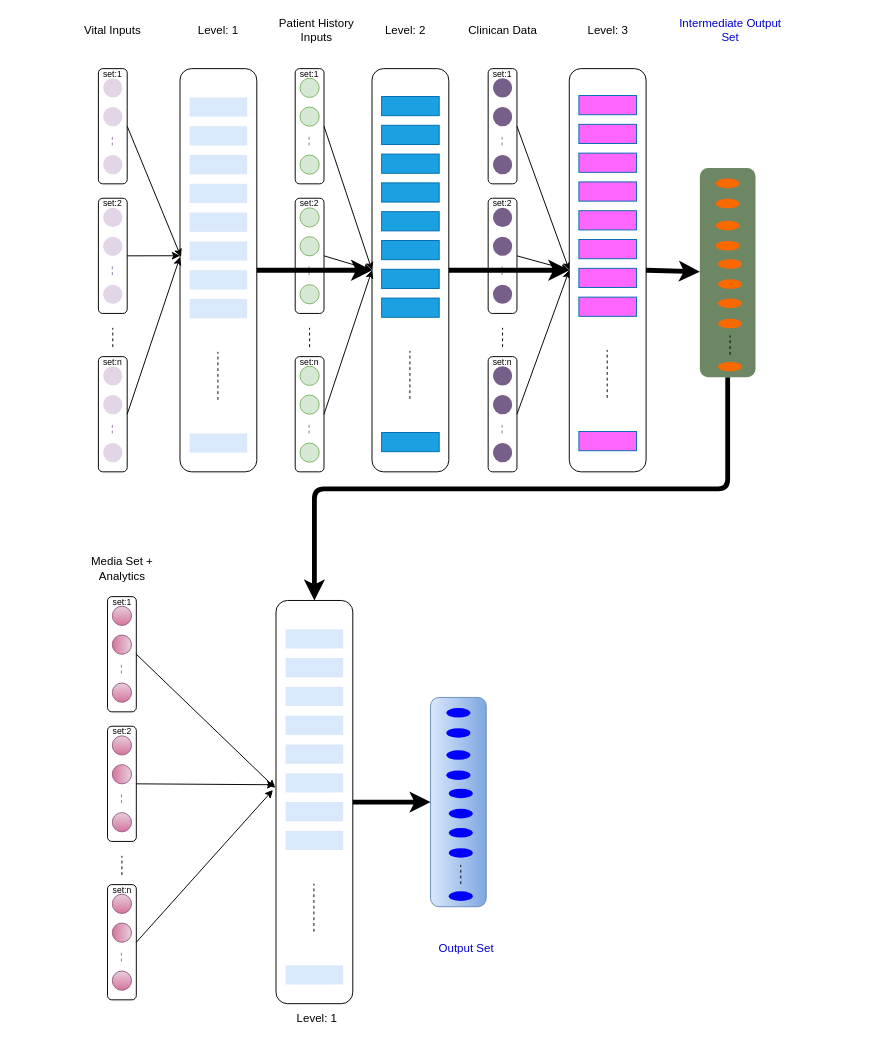
Above: ML model for via.drawio in sugchand/drawio (draw.io), before the change. Source tidied: cells renumbered, new cells numbered last; positions are measured from the earlier drawing's top-left corner, leaving out a move shared by most shapes. Both pictures are drawn from the tidied source at 96%, with x=0, y=0 at pixel (16, 20).
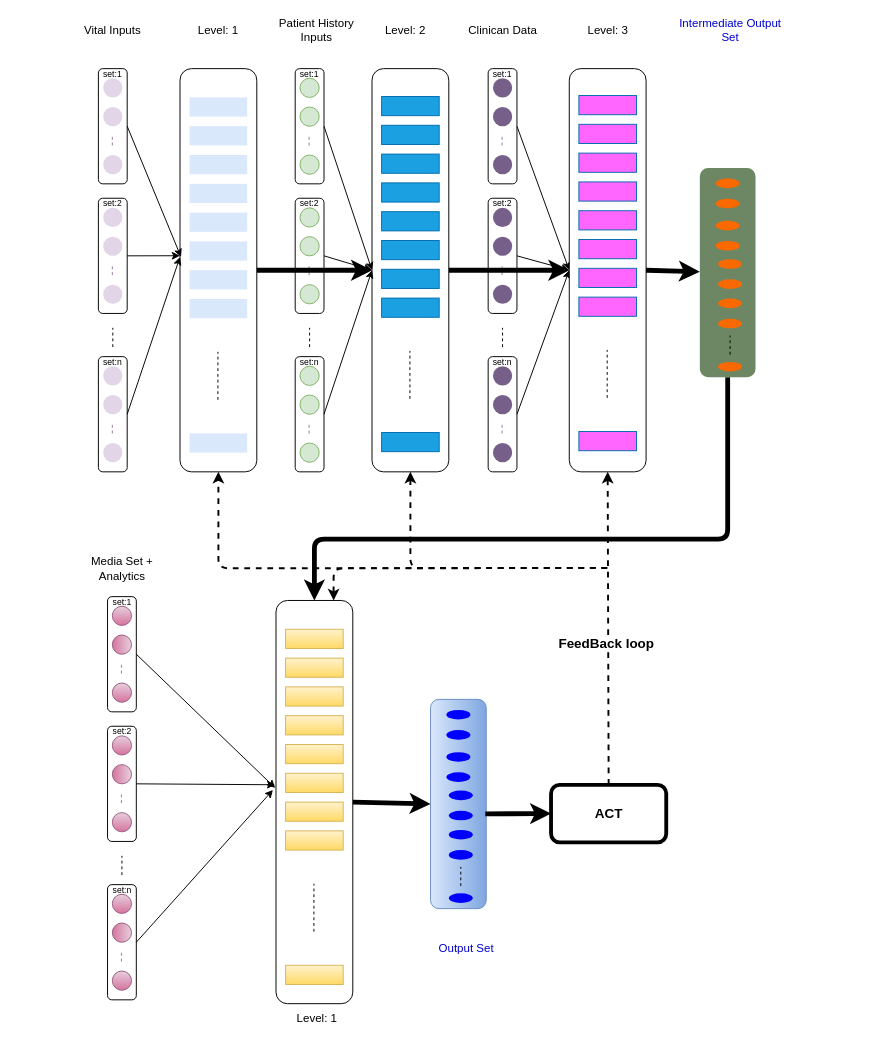
Above is the later version.

The change refers to these unchanged cells:
```xml
<mxCell id="48" style="rounded=1;whiteSpace=wrap;html=1;rotation=-90;" parent="47" vertex="1">
  <mxGeometry y="140" width="420" height="80" as="geometry" />
</mxCell>
<mxCell id="64" style="rounded=1;whiteSpace=wrap;html=1;rotation=-90;" parent="63" vertex="1">
  <mxGeometry y="141" width="420" height="80" as="geometry" />
</mxCell>
<mxCell id="126" style="group;" parent="1" vertex="1">
  <mxGeometry x="100" y="634" width="420" height="370" as="geometry" />
</mxCell>
<mxCell id="127" style="rounded=1;whiteSpace=wrap;html=1;rotation=-90;" parent="126" vertex="1">
  <mxGeometry y="140" width="420" height="80" as="geometry" />
</mxCell>
<mxCell id="159" style="rounded=1;whiteSpace=wrap;html=1;rotation=-90;" parent="158" vertex="1">
  <mxGeometry y="142" width="420" height="80" as="geometry" />
</mxCell>
<mxCell id="171" style="rounded=1;whiteSpace=wrap;html=1;rotation=-90;fillColor=#6d8764;strokeColor=none;fontColor=#ffffff;" parent="170" vertex="1">
  <mxGeometry y="69" width="218" height="58" as="geometry" />
</mxCell>
```

What changed in the source:
```diff
@@
-    <mxCell id="128" style="rounded=0;whiteSpace=wrap;html=1;fillColor=#dae8fc;strokeColor=none;" parent="126" vertex="1">
+    <mxCell id="128" style="rounded=0;whiteSpace=wrap;html=1;fillColor=#fff2cc;strokeColor=#d6b656;gradientColor=#ffd966;" parent="126" vertex="1">
       <mxGeometry x="180" width="60" height="20" as="geometry" />
     </mxCell>
-    <mxCell id="129" style="rounded=0;whiteSpace=wrap;html=1;fillColor=#dae8fc;strokeColor=none;" parent="126" vertex="1">
+    <mxCell id="129" style="rounded=0;whiteSpace=wrap;html=1;fillColor=#fff2cc;strokeColor=#d6b656;gradientColor=#ffd966;" parent="126" vertex="1">
       <mxGeometry x="180" y="30" width="60" height="20" as="geometry" />
     </mxCell>
-    <mxCell id="130" style="rounded=0;whiteSpace=wrap;html=1;fillColor=#dae8fc;strokeColor=none;" parent="126" vertex="1">
+    <mxCell id="130" style="rounded=0;whiteSpace=wrap;html=1;fillColor=#fff2cc;strokeColor=#d6b656;gradientColor=#ffd966;" parent="126" vertex="1">
       <mxGeometry x="180" y="60" width="60" height="20" as="geometry" />
     </mxCell>
-    <mxCell id="131" style="rounded=0;whiteSpace=wrap;html=1;fillColor=#dae8fc;strokeColor=none;" parent="126" vertex="1">
+    <mxCell id="131" style="rounded=0;whiteSpace=wrap;html=1;fillColor=#fff2cc;strokeColor=#d6b656;gradientColor=#ffd966;" parent="126" vertex="1">
       <mxGeometry x="180" y="90" width="60" height="20" as="geometry" />
     </mxCell>
-    <mxCell id="132" style="rounded=0;whiteSpace=wrap;html=1;fillColor=#dae8fc;strokeColor=none;" parent="126" vertex="1">
+    <mxCell id="132" style="rounded=0;whiteSpace=wrap;html=1;fillColor=#fff2cc;strokeColor=#d6b656;gradientColor=#ffd966;" parent="126" vertex="1">
       <mxGeometry x="180" y="120" width="60" height="20" as="geometry" />
     </mxCell>
-    <mxCell id="133" style="rounded=0;whiteSpace=wrap;html=1;fillColor=#dae8fc;strokeColor=none;" parent="126" vertex="1">
+    <mxCell id="133" style="rounded=0;whiteSpace=wrap;html=1;fillColor=#fff2cc;strokeColor=#d6b656;gradientColor=#ffd966;" parent="126" vertex="1">
       <mxGeometry x="180" y="150" width="60" height="20" as="geometry" />
     </mxCell>
-    <mxCell id="134" style="rounded=0;whiteSpace=wrap;html=1;fillColor=#dae8fc;strokeColor=none;" parent="126" vertex="1">
+    <mxCell id="134" style="rounded=0;whiteSpace=wrap;html=1;fillColor=#fff2cc;strokeColor=#d6b656;gradientColor=#ffd966;" parent="126" vertex="1">
       <mxGeometry x="180" y="180" width="60" height="20" as="geometry" />
     </mxCell>
-    <mxCell id="135" style="rounded=0;whiteSpace=wrap;html=1;fillColor=#dae8fc;strokeColor=none;" parent="126" vertex="1">
+    <mxCell id="135" style="rounded=0;whiteSpace=wrap;html=1;fillColor=#fff2cc;strokeColor=#d6b656;gradientColor=#ffd966;" parent="126" vertex="1">
       <mxGeometry x="180" y="210" width="60" height="20" as="geometry" />
     </mxCell>
-    <mxCell id="136" style="rounded=0;whiteSpace=wrap;html=1;fillColor=#dae8fc;strokeColor=none;" parent="126" vertex="1">
+    <mxCell id="136" style="rounded=0;whiteSpace=wrap;html=1;fillColor=#fff2cc;strokeColor=#d6b656;gradientColor=#ffd966;" parent="126" vertex="1">
       <mxGeometry x="180" y="350" width="60" height="20" as="geometry" />
     </mxCell>
@@
     <mxCell id="142" style="endArrow=classic;html=1;strokeWidth=5;exitX=0;exitY=0.5;exitDx=0;exitDy=0;entryX=1;entryY=0.5;entryDx=0;entryDy=0;edgeStyle=orthogonalEdgeStyle;" parent="1" edge="1" source="171" target="127">
-      <mxGeometry relative="1" as="geometry" />
+      <mxGeometry relative="1" as="geometry">
+        <Array as="points">
+          <mxPoint x="741" y="540" />
+          <mxPoint x="310" y="540" />
+        </Array>
+      </mxGeometry>
     </mxCell>
-    <mxCell id="143" style="group;" parent="1" vertex="1">
-      <mxGeometry x="440" y="704" width="218" height="201" as="geometry" />
-    </mxCell>
-    <mxCell id="144" style="rounded=1;whiteSpace=wrap;html=1;rotation=-90;fillColor=#dae8fc;strokeColor=#6c8ebf;gradientColor=#7ea6e0;" parent="143" vertex="1">
-      <mxGeometry x="-89" y="81" width="218" height="58" as="geometry" />
-    </mxCell>
-    <mxCell id="145" style="ellipse;whiteSpace=wrap;html=1;strokeColor=none;fillColor=#0000FF;fontColor=#ffffff;" parent="143" vertex="1">
-      <mxGeometry x="7.5" y="12" width="25" height="10" as="geometry" />
-    </mxCell>
-    <mxCell id="146" style="ellipse;whiteSpace=wrap;html=1;strokeColor=none;fillColor=#0000FF;fontColor=#ffffff;" parent="143" vertex="1">
-      <mxGeometry x="7.5" y="33" width="25" height="10" as="geometry" />
-    </mxCell>
-    <mxCell id="147" style="ellipse;whiteSpace=wrap;html=1;strokeColor=none;fillColor=#0000FF;fontColor=#ffffff;" parent="143" vertex="1">
-      <mxGeometry x="7.5" y="77" width="25" height="10" as="geometry" />
-    </mxCell>
-    <mxCell id="148" style="ellipse;whiteSpace=wrap;html=1;strokeColor=none;fillColor=#0000FF;fontColor=#ffffff;" parent="143" vertex="1">
-      <mxGeometry x="7.5" y="56" width="25" height="10" as="geometry" />
-    </mxCell>
-    <mxCell id="149" style="ellipse;whiteSpace=wrap;html=1;strokeColor=none;fillColor=#0000FF;fontColor=#ffffff;" parent="143" vertex="1">
-      <mxGeometry x="10" y="117" width="25" height="10" as="geometry" />
-    </mxCell>
-    <mxCell id="150" style="ellipse;whiteSpace=wrap;html=1;strokeColor=none;fillColor=#0000FF;fontColor=#ffffff;" parent="143" vertex="1">
-      <mxGeometry x="10" y="96" width="25" height="10" as="geometry" />
-    </mxCell>
-    <mxCell id="151" style="ellipse;whiteSpace=wrap;html=1;strokeColor=none;fillColor=#0000FF;fontColor=#ffffff;" parent="143" vertex="1">
-      <mxGeometry x="10" y="158" width="25" height="10" as="geometry" />
-    </mxCell>
-    <mxCell id="152" style="ellipse;whiteSpace=wrap;html=1;strokeColor=none;fillColor=#0000FF;fontColor=#ffffff;" parent="143" vertex="1">
-      <mxGeometry x="10" y="137" width="25" height="10" as="geometry" />
-    </mxCell>
-    <mxCell id="153" style="ellipse;whiteSpace=wrap;html=1;strokeColor=none;fillColor=#0000FF;fontColor=#ffffff;" parent="143" vertex="1">
-      <mxGeometry x="10" y="203" width="25" height="10" as="geometry" />
-    </mxCell>
-    <mxCell id="154" style="endArrow=none;dashed=1;html=1;strokeWidth=1;" parent="143" edge="1">
-      <mxGeometry relative="1" as="geometry">
-        <mxPoint x="22.5" y="195.5" as="sourcePoint" />
-        <mxPoint x="22.5" y="175.5" as="targetPoint" />
-      </mxGeometry>
-    </mxCell>
@@
+    <mxCell id="144" style="rounded=1;whiteSpace=wrap;html=1;rotation=-90;fillColor=#dae8fc;strokeColor=#6c8ebf;gradientColor=#7ea6e0;" parent="1" vertex="1">
+      <mxGeometry x="351" y="787" width="218" height="58" as="geometry" />
+    </mxCell>
+    <mxCell id="145" style="ellipse;whiteSpace=wrap;html=1;strokeColor=none;fillColor=#0000FF;fontColor=#ffffff;" parent="1" vertex="1">
+      <mxGeometry x="447.5" y="718" width="25" height="10" as="geometry" />
+    </mxCell>
+    <mxCell id="146" style="ellipse;whiteSpace=wrap;html=1;strokeColor=none;fillColor=#0000FF;fontColor=#ffffff;" parent="1" vertex="1">
+      <mxGeometry x="447.5" y="739" width="25" height="10" as="geometry" />
+    </mxCell>
+    <mxCell id="147" style="ellipse;whiteSpace=wrap;html=1;strokeColor=none;fillColor=#0000FF;fontColor=#ffffff;" parent="1" vertex="1">
+      <mxGeometry x="447.5" y="783" width="25" height="10" as="geometry" />
+    </mxCell>
+    <mxCell id="148" style="ellipse;whiteSpace=wrap;html=1;strokeColor=none;fillColor=#0000FF;fontColor=#ffffff;" parent="1" vertex="1">
+      <mxGeometry x="447.5" y="762" width="25" height="10" as="geometry" />
+    </mxCell>
+    <mxCell id="149" style="ellipse;whiteSpace=wrap;html=1;strokeColor=none;fillColor=#0000FF;fontColor=#ffffff;" parent="1" vertex="1">
+      <mxGeometry x="450" y="823" width="25" height="10" as="geometry" />
+    </mxCell>
+    <mxCell id="150" style="ellipse;whiteSpace=wrap;html=1;strokeColor=none;fillColor=#0000FF;fontColor=#ffffff;" parent="1" vertex="1">
+      <mxGeometry x="450" y="802" width="25" height="10" as="geometry" />
+    </mxCell>
+    <mxCell id="151" style="ellipse;whiteSpace=wrap;html=1;strokeColor=none;fillColor=#0000FF;fontColor=#ffffff;" parent="1" vertex="1">
+      <mxGeometry x="450" y="864" width="25" height="10" as="geometry" />
+    </mxCell>
+    <mxCell id="152" style="ellipse;whiteSpace=wrap;html=1;strokeColor=none;fillColor=#0000FF;fontColor=#ffffff;" parent="1" vertex="1">
+      <mxGeometry x="450" y="843" width="25" height="10" as="geometry" />
+    </mxCell>
+    <mxCell id="153" style="ellipse;whiteSpace=wrap;html=1;strokeColor=none;fillColor=#0000FF;fontColor=#ffffff;" parent="1" vertex="1">
+      <mxGeometry x="450" y="909" width="25" height="10" as="geometry" />
+    </mxCell>
+    <mxCell id="154" style="endArrow=none;dashed=1;html=1;strokeWidth=1;" parent="1" edge="1">
+      <mxGeometry relative="1" as="geometry">
+        <mxPoint x="462.5" y="901.5" as="sourcePoint" />
+        <mxPoint x="462.5" y="881.5" as="targetPoint" />
+      </mxGeometry>
+    </mxCell>
+    <mxCell id="184" value="&lt;b&gt;&lt;font style=&quot;font-size: 14px&quot;&gt;ACT&lt;/font&gt;&lt;/b&gt;" style="rounded=1;whiteSpace=wrap;html=1;strokeWidth=4;shadow=0;glass=0;comic=0;" parent="1" vertex="1">
+      <mxGeometry x="556.5" y="796" width="120" height="60" as="geometry" />
+    </mxCell>
+    <mxCell id="185" style="endArrow=classic;html=1;strokeWidth=5;exitX=0.453;exitY=0.983;exitDx=0;exitDy=0;exitPerimeter=0;entryX=0;entryY=0.5;entryDx=0;entryDy=0;" parent="1" edge="1" source="144" target="184">
+      <mxGeometry relative="1" as="geometry" />
+    </mxCell>
+    <mxCell id="186" style="endArrow=classic;html=1;strokeWidth=2;dashed=1;exitX=0.5;exitY=0;exitDx=0;exitDy=0;entryX=0;entryY=0.5;entryDx=0;entryDy=0;" parent="1" edge="1" source="184" target="159">
+      <mxGeometry relative="1" as="geometry" />
+    </mxCell>
+    <mxCell id="187" value="&lt;font style=&quot;font-size: 14px&quot;&gt;&lt;b&gt;FeedBack loop&lt;/b&gt;&lt;/font&gt;" style="text;html=1;align=center;verticalAlign=middle;labelBackgroundColor=#ffffff;" parent="186" vertex="1">
+      <mxGeometry x="-0.09" y="3" relative="1" as="geometry" />
+    </mxCell>
+    <mxCell id="188" style="endArrow=classic;html=1;dashed=1;strokeWidth=2;entryX=0;entryY=0.5;entryDx=0;entryDy=0;edgeStyle=orthogonalEdgeStyle;" parent="1" edge="1" target="64">
+      <mxGeometry relative="1" as="geometry">
+        <mxPoint x="615" y="570" as="sourcePoint" />
+      </mxGeometry>
+    </mxCell>
+    <mxCell id="189" style="endArrow=classic;html=1;dashed=1;strokeWidth=2;entryX=0;entryY=0.5;entryDx=0;entryDy=0;edgeStyle=orthogonalEdgeStyle;" parent="1" edge="1" target="48">
+      <mxGeometry relative="1" as="geometry">
+        <mxPoint x="615" y="570" as="sourcePoint" />
+      </mxGeometry>
+    </mxCell>
+    <mxCell id="190" style="endArrow=classic;html=1;dashed=1;strokeWidth=2;entryX=1;entryY=0.75;entryDx=0;entryDy=0;edgeStyle=orthogonalEdgeStyle;" parent="1" edge="1" target="127">
+      <mxGeometry relative="1" as="geometry">
+        <mxPoint x="615" y="570" as="sourcePoint" />
+      </mxGeometry>
+    </mxCell>
```
